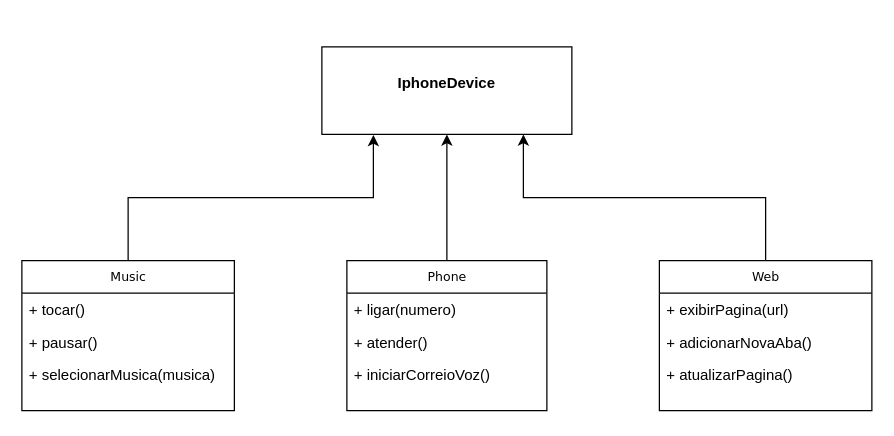
Above: modeloIphone.drawio in rpassosleandro/projeto-Modelo-Iphone (draw.io), before the change. Source tidied: cells renumbered, new cells numbered last; positions are measured from the earlier drawing's top-left corner, leaving out a move shared by most shapes. Both pictures are drawn from the tidied source at 125%, with x=0, y=0 at pixel (21, 46).
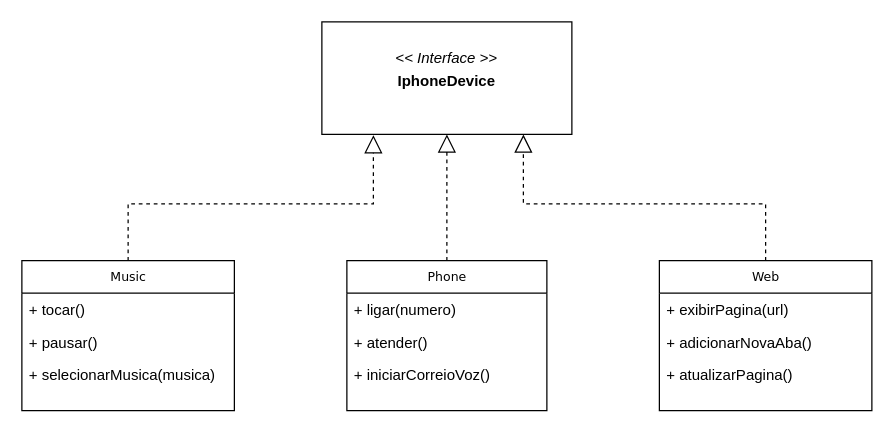
After the change.

Commit message:
Alterado o estilo de linha da relação .drawio

Diff of the diagram source:
```diff
@@
 <mxGraphModel>
   <root>
     <mxCell id="0" />
     <mxCell id="1" parent="0" />
     <mxCell id="2" value="Web" style="swimlane;html=1;fontStyle=0;horizontal=1;startSize=26;fillColor=none;swimlaneFillColor=#ffffff;rounded=0;shadow=0;comic=0;labelBackgroundColor=none;strokeWidth=1;fontFamily=Verdana;fontSize=10;align=center;" parent="1" vertex="1">
       <mxGeometry x="510" y="171" width="170" height="120" as="geometry" />
     </mxCell>
     <mxCell id="3" value="+ exibirPagina(url)" style="text;html=1;strokeColor=none;fillColor=none;align=left;verticalAlign=top;spacingLeft=4;spacingRight=4;whiteSpace=wrap;overflow=hidden;" parent="2" vertex="1">
       <mxGeometry y="26" width="170" height="26" as="geometry" />
     </mxCell>
     <mxCell id="4" value="+ adicionarNovaAba()" style="text;html=1;strokeColor=none;fillColor=none;align=left;verticalAlign=top;spacingLeft=4;spacingRight=4;whiteSpace=wrap;overflow=hidden;" parent="2" vertex="1">
       <mxGeometry y="52" width="170" height="26" as="geometry" />
     </mxCell>
     <mxCell id="5" value="+ atualizarPagina()" style="text;html=1;strokeColor=none;fillColor=none;align=left;verticalAlign=top;spacingLeft=4;spacingRight=4;whiteSpace=wrap;overflow=hidden;" parent="2" vertex="1">
       <mxGeometry y="78" width="170" height="26" as="geometry" />
     </mxCell>
-    <mxCell id="6" style="edgeStyle=orthogonalEdgeStyle;rounded=0;jettySize=auto;html=1;exitX=0.5;exitY=0;exitDx=0;exitDy=0;entryX=0.5;entryY=1;entryDx=0;entryDy=0;" parent="1" edge="1" source="7" target="15">
+    <mxCell id="6" style="edgeStyle=orthogonalEdgeStyle;rounded=0;jettySize=auto;html=1;exitX=0.5;exitY=0;exitDx=0;exitDy=0;entryX=0.5;entryY=1;entryDx=0;entryDy=0;endArrow=block;endFill=0;endSize=12;dashed=1;" parent="1" edge="1" source="7" target="15">
       <mxGeometry relative="1" as="geometry" />
     </mxCell>
     <mxCell id="7" value="Phone" style="swimlane;html=1;fontStyle=0;horizontal=1;startSize=26;fillColor=none;swimlaneFillColor=#ffffff;rounded=0;shadow=0;comic=0;labelBackgroundColor=none;strokeWidth=1;fontFamily=Verdana;fontSize=10;align=center;" parent="1" vertex="1">
       <mxGeometry x="260" y="171" width="160" height="120" as="geometry" />
     </mxCell>
     <mxCell id="8" value="+ ligar(numero)" style="text;html=1;strokeColor=none;fillColor=none;align=left;verticalAlign=top;spacingLeft=4;spacingRight=4;whiteSpace=wrap;overflow=hidden;" parent="7" vertex="1">
       <mxGeometry y="26" width="160" height="26" as="geometry" />
     </mxCell>
     <mxCell id="9" value="+ atender()" style="text;html=1;strokeColor=none;fillColor=none;align=left;verticalAlign=top;spacingLeft=4;spacingRight=4;whiteSpace=wrap;overflow=hidden;" parent="7" vertex="1">
       <mxGeometry y="52" width="160" height="26" as="geometry" />
     </mxCell>
     <mxCell id="10" value="+ iniciarCorreioVoz()" style="text;html=1;strokeColor=none;fillColor=none;align=left;verticalAlign=top;spacingLeft=4;spacingRight=4;whiteSpace=wrap;overflow=hidden;" parent="7" vertex="1">
       <mxGeometry y="78" width="160" height="42" as="geometry" />
     </mxCell>
     <mxCell id="11" value="Music" style="swimlane;html=1;fontStyle=0;horizontal=1;startSize=26;fillColor=none;swimlaneFillColor=#ffffff;rounded=0;shadow=0;comic=0;labelBackgroundColor=none;strokeWidth=1;fontFamily=Verdana;fontSize=10;align=center;" parent="1" vertex="1">
       <mxGeometry y="171" width="170" height="120" as="geometry" />
     </mxCell>
     <mxCell id="12" value="+ tocar()" style="text;html=1;strokeColor=none;fillColor=none;align=left;verticalAlign=top;spacingLeft=4;spacingRight=4;whiteSpace=wrap;overflow=hidden;" parent="11" vertex="1">
       <mxGeometry y="26" width="170" height="26" as="geometry" />
     </mxCell>
     <mxCell id="13" value="+ pausar()" style="text;html=1;strokeColor=none;fillColor=none;align=left;verticalAlign=top;spacingLeft=4;spacingRight=4;whiteSpace=wrap;overflow=hidden;" parent="11" vertex="1">
       <mxGeometry y="52" width="170" height="26" as="geometry" />
     </mxCell>
     <mxCell id="14" value="+ selecionarMusica(musica)&amp;nbsp;" style="text;html=1;strokeColor=none;fillColor=none;align=left;verticalAlign=top;spacingLeft=4;spacingRight=4;whiteSpace=wrap;overflow=hidden;" parent="11" vertex="1">
       <mxGeometry y="78" width="170" height="26" as="geometry" />
     </mxCell>
-    <mxCell id="15" value="&lt;p style=&quot;margin:0px;margin-top:4px;text-align:center;&quot;&gt;&lt;b&gt;&lt;br&gt;&lt;/b&gt;&lt;/p&gt;&lt;p style=&quot;margin:0px;margin-top:4px;text-align:center;&quot;&gt;&lt;b&gt;IphoneDevice&lt;/b&gt;&lt;/p&gt;" style="verticalAlign=top;align=left;overflow=fill;fontSize=12;fontFamily=Helvetica;html=1;rounded=0;shadow=0;comic=0;labelBackgroundColor=none;strokeWidth=1;" parent="1" vertex="1">
-      <mxGeometry x="240" width="200" height="70" as="geometry" />
+    <mxCell id="15" value="&lt;p style=&quot;margin:0px;margin-top:4px;text-align:center;&quot;&gt;&lt;b&gt;&lt;br&gt;&lt;/b&gt;&lt;/p&gt;&lt;p style=&quot;margin:0px;margin-top:4px;text-align:center;&quot;&gt;&lt;i&gt;&amp;lt;&amp;lt; Interface &amp;gt;&amp;gt;&lt;/i&gt;&lt;/p&gt;&lt;p style=&quot;margin:0px;margin-top:4px;text-align:center;&quot;&gt;&lt;b&gt;IphoneDevice&lt;/b&gt;&lt;/p&gt;" style="verticalAlign=top;align=left;overflow=fill;fontSize=12;fontFamily=Helvetica;html=1;rounded=0;shadow=0;comic=0;labelBackgroundColor=none;strokeWidth=1;" parent="1" vertex="1">
+      <mxGeometry x="240" y="-20" width="200" height="90" as="geometry" />
     </mxCell>
-    <mxCell id="16" style="edgeStyle=orthogonalEdgeStyle;rounded=0;jettySize=auto;html=1;exitX=0.5;exitY=0;exitDx=0;exitDy=0;entryX=0.806;entryY=1.001;entryDx=0;entryDy=0;entryPerimeter=0;" parent="1" edge="1" source="2" target="15">
+    <mxCell id="16" style="edgeStyle=orthogonalEdgeStyle;rounded=0;jettySize=auto;html=1;exitX=0.5;exitY=0;exitDx=0;exitDy=0;entryX=0.806;entryY=1.001;entryDx=0;entryDy=0;entryPerimeter=0;endSize=12;endArrow=block;endFill=0;dashed=1;" parent="1" edge="1" source="2" target="15">
       <mxGeometry relative="1" as="geometry" />
     </mxCell>
-    <mxCell id="17" style="edgeStyle=orthogonalEdgeStyle;rounded=0;jettySize=auto;html=1;exitX=0.5;exitY=0;exitDx=0;exitDy=0;entryX=0.206;entryY=1.007;entryDx=0;entryDy=0;entryPerimeter=0;" parent="1" edge="1" source="11" target="15">
+    <mxCell id="17" style="edgeStyle=orthogonalEdgeStyle;rounded=0;jettySize=auto;html=1;exitX=0.5;exitY=0;exitDx=0;exitDy=0;entryX=0.206;entryY=1.007;entryDx=0;entryDy=0;entryPerimeter=0;dashed=1;endArrow=block;endFill=0;endSize=12;" parent="1" edge="1" source="11" target="15">
       <mxGeometry relative="1" as="geometry" />
     </mxCell>
   </root>
 </mxGraphModel>
```
